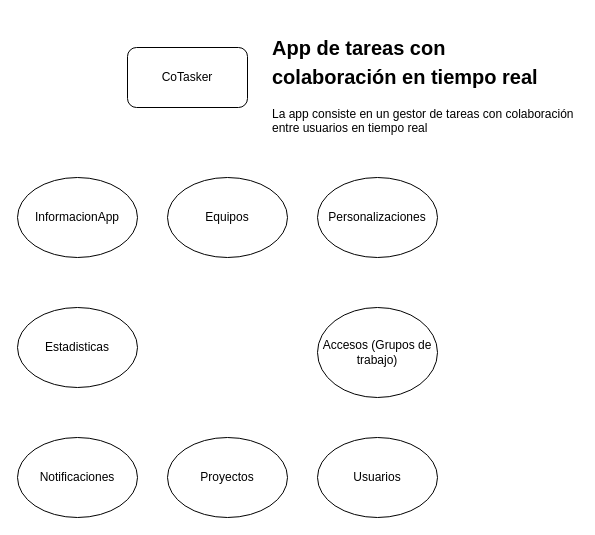
Earlier version of the draw.io diagram page "BigPicture" (1 of 17) of CoTasker_BoundedContext.drawio (Migue1409-KP/DOO-working-group). Source tidied: cells renumbered, new cells numbered last; positions are measured from the earlier drawing's top-left corner, leaving out a move shared by most shapes. Both pictures are drawn from the tidied source at 100%, with x=0, y=0 at pixel (17, 27).
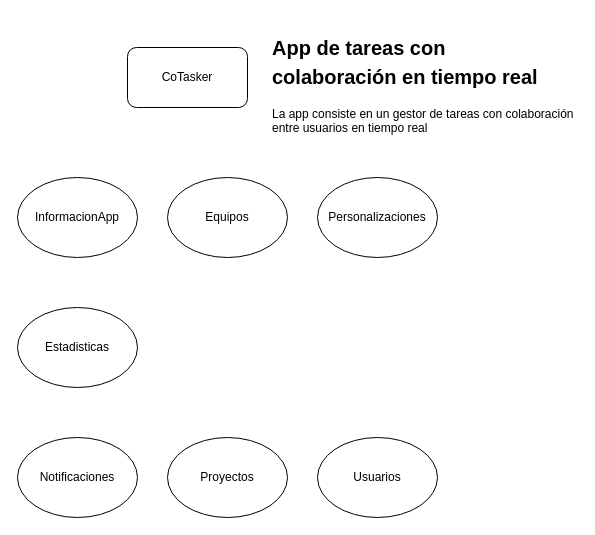
Above is the later version.

Change to the diagram source:
```diff
@@
 <mxGraphModel>
   <root>
     <mxCell id="0" />
     <mxCell id="1" parent="0" />
     <mxCell id="2" value="CoTasker" style="rounded=1;whiteSpace=wrap;html=1;" parent="1" vertex="1">
       <mxGeometry x="110" y="20" width="120" height="60" as="geometry" />
     </mxCell>
     <mxCell id="3" value="&lt;h1&gt;&lt;font style=&quot;font-size: 20px;&quot;&gt;App de tareas con colaboración en tiempo real&lt;/font&gt;&lt;/h1&gt;&lt;p&gt;La app consiste en un gestor de tareas con colaboración entre usuarios en tiempo real&lt;/p&gt;" style="text;html=1;strokeColor=none;fillColor=none;spacing=5;spacingTop=-20;whiteSpace=wrap;overflow=hidden;rounded=0;" parent="1" vertex="1">
       <mxGeometry x="250" width="310" height="120" as="geometry" />
     </mxCell>
     <mxCell id="4" value="InformacionApp" style="ellipse;whiteSpace=wrap;html=1;fillColor=#FFFFFF;strokeColor=#000000;" parent="1" vertex="1">
       <mxGeometry y="150" width="120" height="80" as="geometry" />
     </mxCell>
     <mxCell id="5" value="Equipos" style="ellipse;whiteSpace=wrap;html=1;strokeColor=#000000;fillColor=#FFFFFF;" parent="1" vertex="1">
       <mxGeometry x="150" y="150" width="120" height="80" as="geometry" />
     </mxCell>
     <mxCell id="6" value="Usuarios" style="ellipse;whiteSpace=wrap;html=1;fillColor=#FFFFFF;strokeColor=#000000;" parent="1" vertex="1">
       <mxGeometry x="300" y="410" width="120" height="80" as="geometry" />
     </mxCell>
     <mxCell id="7" value="Proyectos" style="ellipse;whiteSpace=wrap;html=1;strokeColor=#000000;fillColor=#FFFFFF;" parent="1" vertex="1">
       <mxGeometry x="150" y="410" width="120" height="80" as="geometry" />
     </mxCell>
     <mxCell id="8" value="Personalizaciones" style="ellipse;whiteSpace=wrap;html=1;fillColor=#FFFFFF;strokeColor=#000000;" parent="1" vertex="1">
       <mxGeometry x="300" y="150" width="120" height="80" as="geometry" />
     </mxCell>
     <mxCell id="9" value="Estadisticas" style="ellipse;whiteSpace=wrap;html=1;fillColor=#FFFFFF;strokeColor=#000000;" parent="1" vertex="1">
       <mxGeometry y="280" width="120" height="80" as="geometry" />
     </mxCell>
-    <mxCell id="10" value="Accesos (Grupos de trabajo)" style="ellipse;whiteSpace=wrap;html=1;fillColor=#FFFFFF;strokeColor=#000000;" parent="1" vertex="1">
-      <mxGeometry x="300" y="280" width="120" height="90" as="geometry" />
-    </mxCell>
     <mxCell id="11" value="Notificaciones" style="ellipse;whiteSpace=wrap;html=1;fillColor=#FFFFFF;strokeColor=#000000;" parent="1" vertex="1">
       <mxGeometry y="410" width="120" height="80" as="geometry" />
     </mxCell>
   </root>
 </mxGraphModel>
```
